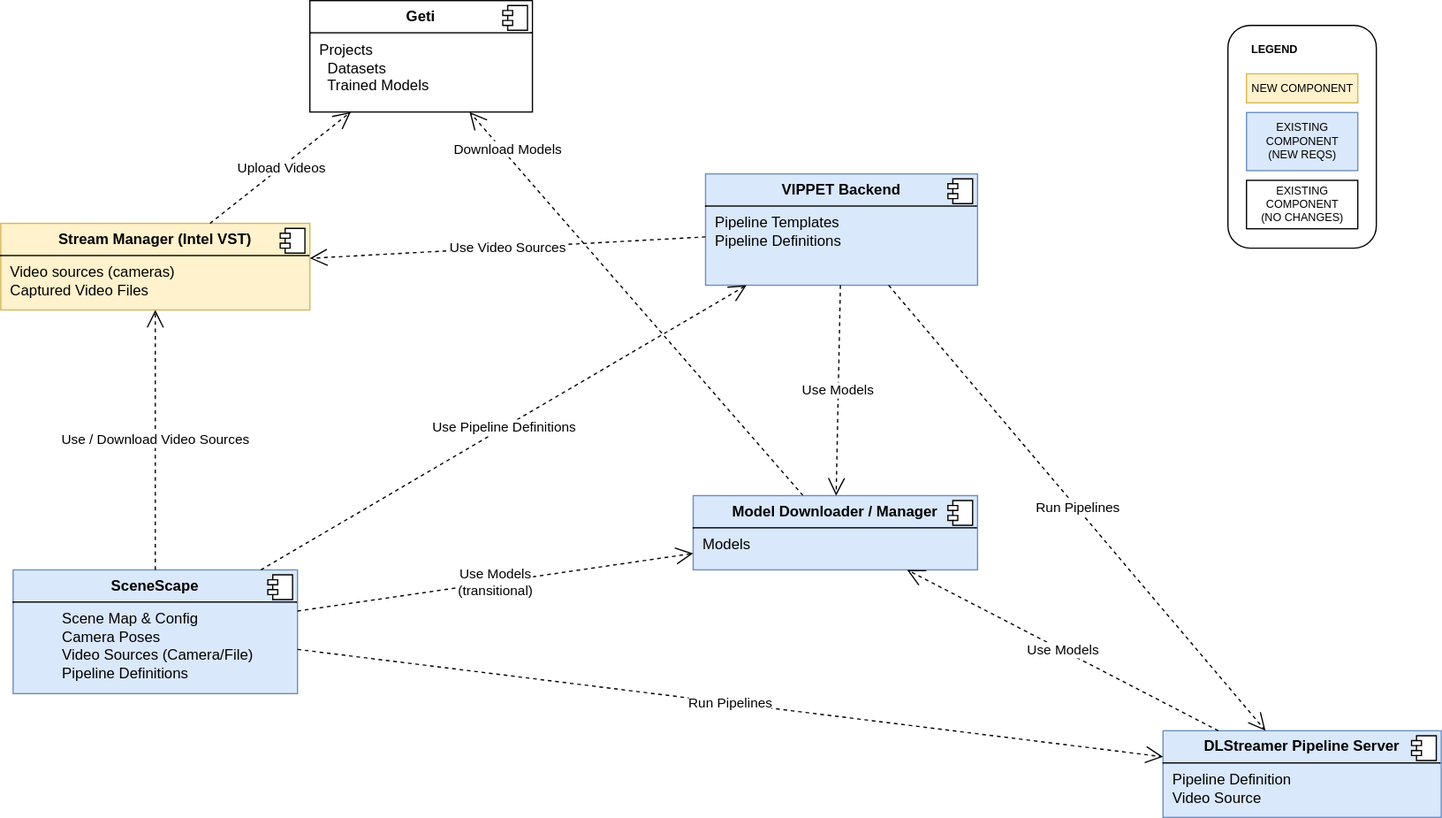
Before: docs/design/assets/SceneScape_MLOps-Component_Interaction.drawio.svg, a diagram exported from draw.io (open-edge-platform/scenescape). Source tidied: cells renumbered, new cells last; positions are measured from the earlier drawing's top-left corner, leaving out a move shared by most shapes.
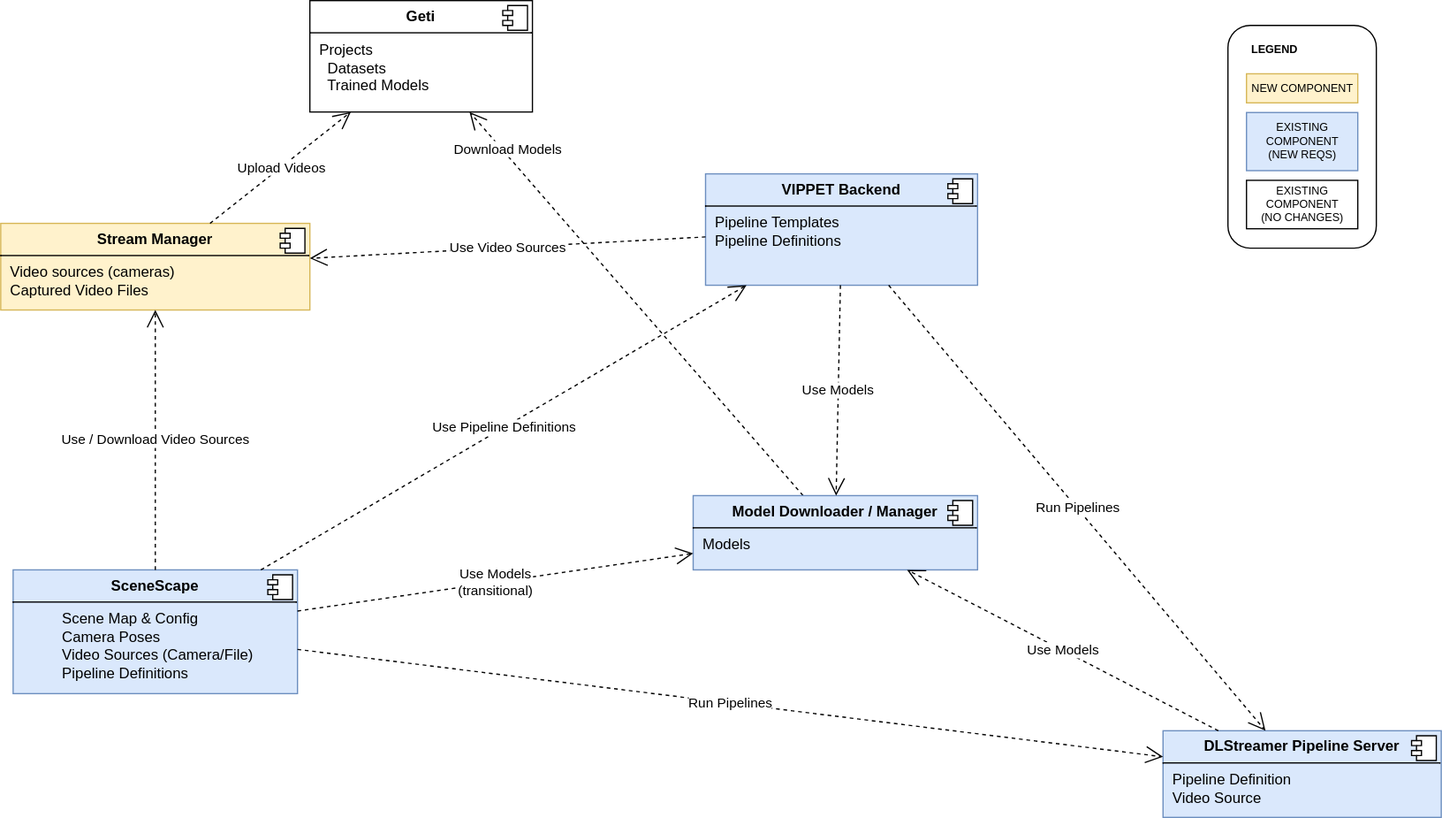
The same file after the commit.

Commit message:
Update Stream Manager name in SVGs

The edit, as a diff of the source:
```diff
@@ -10,7 +10,7 @@
         <mxPoint x="-24" y="4" as="offset" />
       </mxGeometry>
     </mxCell>
-    <mxCell id="4" value="&lt;p style=&quot;margin:0px;margin-top:6px;text-align:center;&quot;&gt;&lt;b&gt;Stream Manager (Intel VST)&lt;/b&gt;&lt;/p&gt;&lt;hr size=&quot;1&quot; style=&quot;border-style:solid;&quot;&gt;&lt;p style=&quot;margin:0px;margin-left:8px;&quot;&gt;Video sources (cameras)&lt;/p&gt;&lt;p style=&quot;margin:0px;margin-left:8px;&quot;&gt;Captured Video Files&lt;/p&gt;" style="align=left;overflow=fill;html=1;whiteSpace=wrap;fillColor=#fff2cc;strokeColor=#d6b656;" parent="1" vertex="1">
+    <mxCell id="4" value="&lt;p style=&quot;margin:0px;margin-top:6px;text-align:center;&quot;&gt;&lt;b&gt;Stream Manager&lt;/b&gt;&lt;/p&gt;&lt;hr size=&quot;1&quot; style=&quot;border-style:solid;&quot;&gt;&lt;p style=&quot;margin:0px;margin-left:8px;&quot;&gt;Video sources (cameras)&lt;/p&gt;&lt;p style=&quot;margin:0px;margin-left:8px;&quot;&gt;Captured Video Files&lt;/p&gt;" style="align=left;overflow=fill;html=1;whiteSpace=wrap;fillColor=#fff2cc;strokeColor=#d6b656;" parent="1" vertex="1">
       <mxGeometry y="180" width="250" height="70" as="geometry" />
     </mxCell>
     <mxCell id="5" style="shape=component;jettyWidth=8;jettyHeight=4;" parent="4" vertex="1">
```
